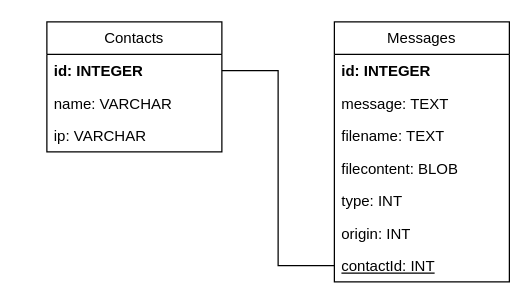
Earlier version of the draw.io diagram doc/uml/Diagramme sans nom.drawio (insa-4ir-chatsystem/chatsystem-billard-slamnia). Source tidied: cells renumbered, new cells numbered last; positions are measured from the earlier drawing's top-left corner, leaving out a move shared by most shapes. Both pictures are drawn from the tidied source at 125%, with x=0, y=0 at pixel (46, 21).
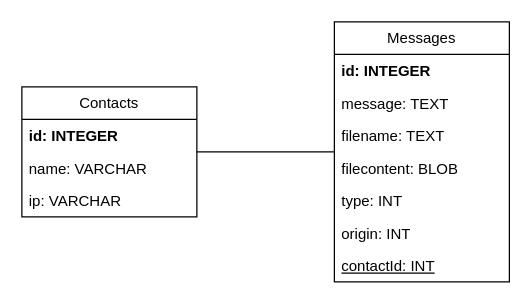
The same page after the edit.

What changed in the source:
```diff
@@
 <mxGraphModel>
   <root>
     <mxCell id="0" />
     <mxCell id="1" parent="0" />
     <mxCell id="2" value="Contacts" style="swimlane;fontStyle=0;horizontal=1;startSize=26;fillColor=none;whiteSpace=wrap;html=1;" parent="1" vertex="1">
-      <mxGeometry width="140" height="104" as="geometry" />
+      <mxGeometry x="-20" y="52" width="140" height="104" as="geometry" />
     </mxCell>
     <mxCell id="3" value="id: INTEGER" style="text;strokeColor=none;fillColor=none;align=left;verticalAlign=top;spacingLeft=4;spacingRight=4;overflow=hidden;points=[[0,0.5],[1,0.5]];portConstraint=eastwest;whiteSpace=wrap;html=1;fontStyle=1;" parent="2" vertex="1">
       <mxGeometry y="26" width="140" height="26" as="geometry" />
     </mxCell>
     <mxCell id="4" value="name: VARCHAR" style="text;strokeColor=none;fillColor=none;align=left;verticalAlign=top;spacingLeft=4;spacingRight=4;overflow=hidden;whiteSpace=wrap;html=1;" parent="2" vertex="1">
       <mxGeometry y="52" width="140" height="26" as="geometry" />
     </mxCell>
     <mxCell id="5" value="ip: VARCHAR" style="text;strokeColor=none;fillColor=none;align=left;verticalAlign=top;spacingLeft=4;spacingRight=4;overflow=hidden;whiteSpace=wrap;html=1;" parent="2" vertex="1">
       <mxGeometry y="78" width="140" height="26" as="geometry" />
     </mxCell>
     <mxCell id="6" value="Messages" style="swimlane;fontStyle=0;horizontal=1;startSize=26;fillColor=none;whiteSpace=wrap;html=1;" parent="1" vertex="1">
       <mxGeometry x="230" width="140" height="208" as="geometry" />
     </mxCell>
     <mxCell id="7" value="&lt;b&gt;id: INTEGER&lt;br&gt;&lt;/b&gt;" style="text;strokeColor=none;fillColor=none;align=left;verticalAlign=top;spacingLeft=4;spacingRight=4;overflow=hidden;whiteSpace=wrap;html=1;" parent="6" vertex="1">
       <mxGeometry y="26" width="140" height="26" as="geometry" />
     </mxCell>
     <mxCell id="8" value="message: TEXT" style="text;strokeColor=none;fillColor=none;align=left;verticalAlign=top;spacingLeft=4;spacingRight=4;overflow=hidden;whiteSpace=wrap;html=1;" parent="6" vertex="1">
       <mxGeometry y="52" width="140" height="26" as="geometry" />
     </mxCell>
     <mxCell id="9" value="filename: TEXT" style="text;strokeColor=none;fillColor=none;align=left;verticalAlign=top;spacingLeft=4;spacingRight=4;overflow=hidden;whiteSpace=wrap;html=1;" parent="6" vertex="1">
       <mxGeometry y="78" width="140" height="26" as="geometry" />
     </mxCell>
     <mxCell id="10" value="filecontent: BLOB" style="text;strokeColor=none;fillColor=none;align=left;verticalAlign=top;spacingLeft=4;spacingRight=4;overflow=hidden;whiteSpace=wrap;html=1;" parent="6" vertex="1">
       <mxGeometry y="104" width="140" height="26" as="geometry" />
     </mxCell>
     <mxCell id="11" value="type: INT" style="text;strokeColor=none;fillColor=none;align=left;verticalAlign=top;spacingLeft=4;spacingRight=4;overflow=hidden;whiteSpace=wrap;html=1;" parent="6" vertex="1">
       <mxGeometry y="130" width="140" height="26" as="geometry" />
     </mxCell>
     <mxCell id="12" value="origin: INT" style="text;strokeColor=none;fillColor=none;align=left;verticalAlign=top;spacingLeft=4;spacingRight=4;overflow=hidden;whiteSpace=wrap;html=1;" parent="6" vertex="1">
       <mxGeometry y="156" width="140" height="26" as="geometry" />
     </mxCell>
     <mxCell id="13" value="&lt;u&gt;contactId: INT&lt;/u&gt;" style="text;strokeColor=none;fillColor=none;align=left;verticalAlign=top;spacingLeft=4;spacingRight=4;overflow=hidden;points=[[0,0.5],[1,0.5]];portConstraint=eastwest;whiteSpace=wrap;html=1;" parent="6" vertex="1">
       <mxGeometry y="182" width="140" height="26" as="geometry" />
     </mxCell>
-    <mxCell id="14" style="edgeStyle=orthogonalEdgeStyle;rounded=0;jettySize=auto;html=1;endArrow=none;endFill=0;" parent="1" edge="1" source="13" target="3">
+    <mxCell id="14" style="edgeStyle=orthogonalEdgeStyle;rounded=0;jettySize=auto;html=1;endArrow=none;endFill=0;" parent="1" edge="1" source="6" target="2">
       <mxGeometry relative="1" as="geometry" />
     </mxCell>
   </root>
 </mxGraphModel>
```
